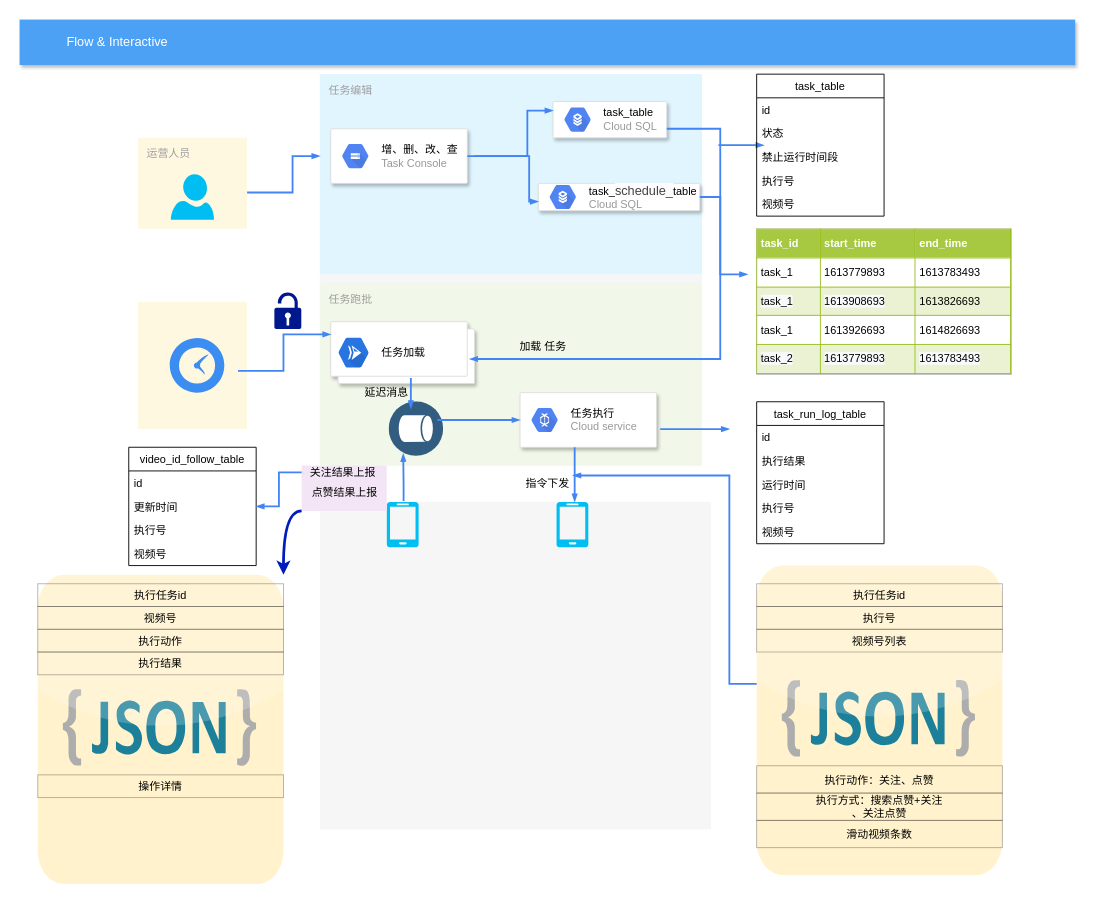
This is craft/task_magr1.drawio from feihu618/drawio, a draw.io file, before an edit. Source tidied: cells renumbered, new cells numbered last; positions are measured from the earlier drawing's top-left corner, leaving out a move shared by most shapes. Both pictures are drawn from the tidied source at 91%, with x=0, y=0 at pixel (19, 19).
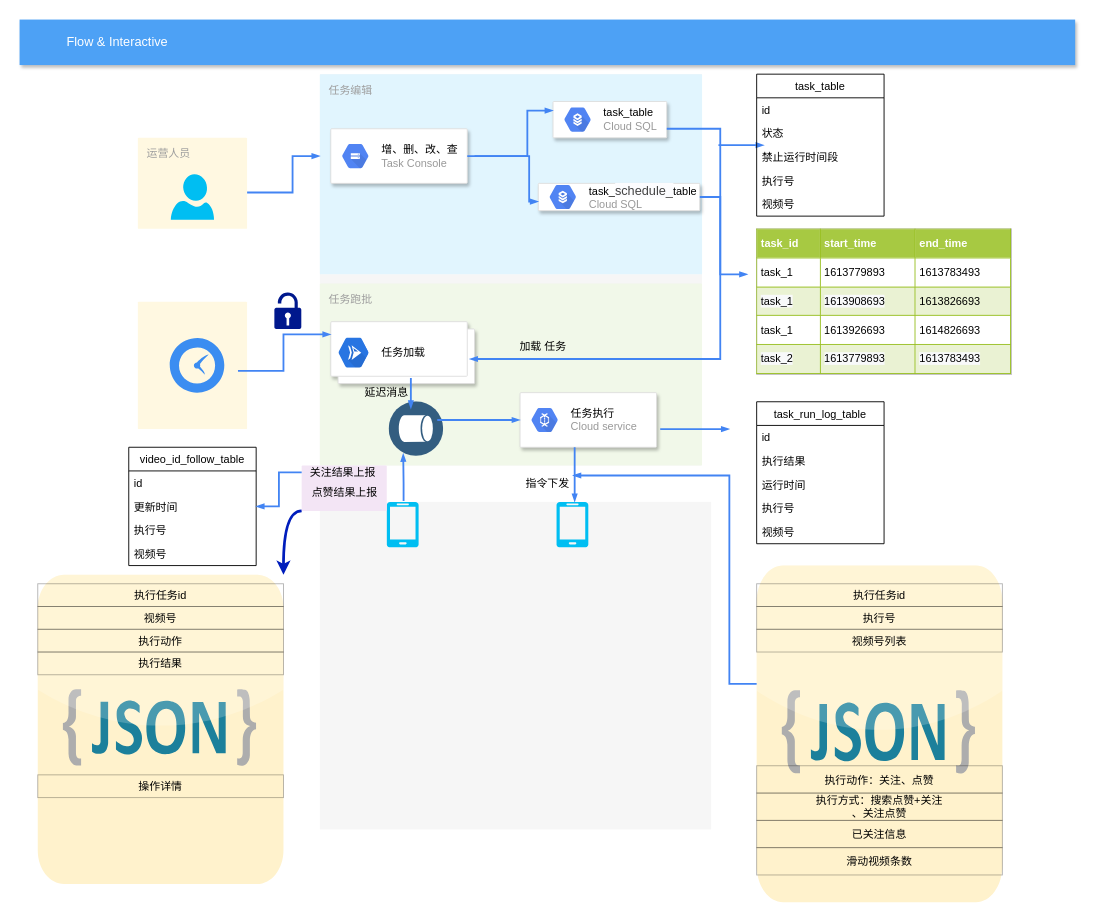
Above is the later version.

What changed in the source:
```diff
@@
     <mxCell id="61" style="dashed=0;html=1;align=center;labelPosition=center;verticalLabelPosition=bottom;verticalAlign=top;shape=mxgraph.webicons.json_2;fillColor=#fff2cc;strokeColor=#d6b656;" parent="1" vertex="1">
-      <mxGeometry x="810" y="600" width="270" height="340" as="geometry" />
+      <mxGeometry x="810" y="600" width="270" height="370" as="geometry" />
     </mxCell>
@@
     <mxCell id="68" value="滑动视频条数" style="fontStyle=0;fillColor=none;opacity=30;" parent="1" vertex="1">
-      <mxGeometry x="810" y="880" width="270" height="30" as="geometry" />
+      <mxGeometry x="810" y="910" width="270" height="30" as="geometry" />
     </mxCell>
@@
+    <mxCell id="80" value="已关注信息" style="fontStyle=0;fillColor=none;opacity=30;" parent="1" vertex="1">
+      <mxGeometry x="810" y="880" width="270" height="30" as="geometry" />
+    </mxCell>
```
